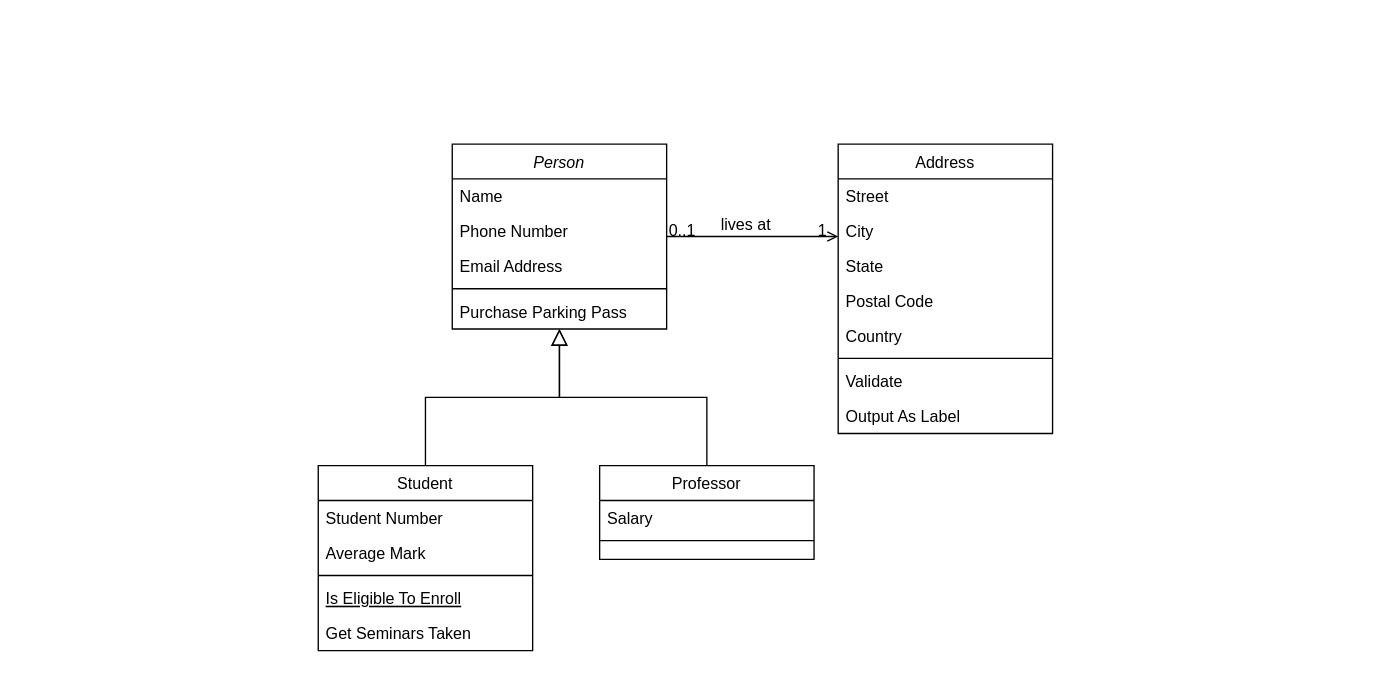
The draw.io diagram xml.drawio in chenchuan1994/CS-chuan, before the edit. Source tidied: cells renumbered, new cells numbered last; positions are measured from the earlier drawing's top-left corner, leaving out a move shared by most shapes. Both pictures are drawn from the tidied source at 134%, with x=0, y=0 at pixel (318, 143).
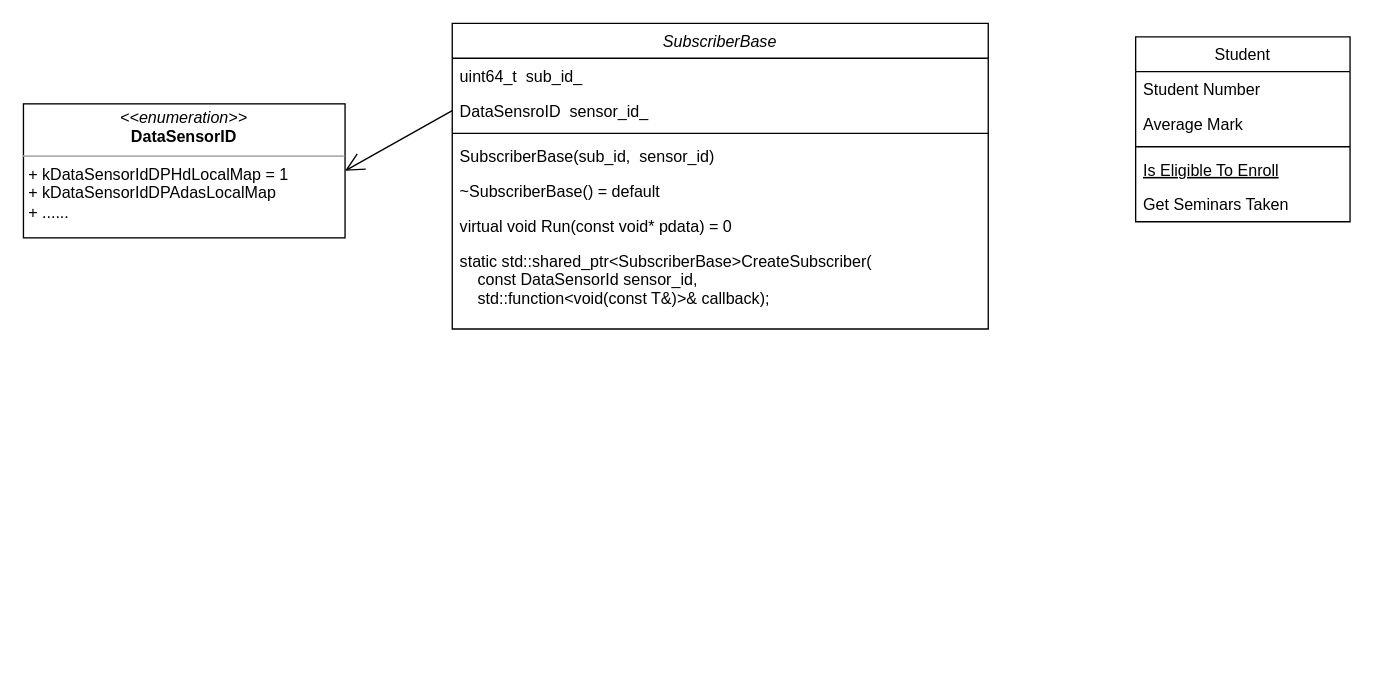
The same page after the edit.

The edit, as a diff of the source:
```diff
@@
-    <mxCell id="2" value="Person" style="swimlane;fontStyle=2;align=center;verticalAlign=top;horizontal=1;startSize=26;rounded=0;shadow=0;strokeWidth=1;" parent="1" vertex="1">
-      <mxGeometry x="100" width="160" height="138" as="geometry" />
+    <mxCell id="2" value="SubscriberBase" style="swimlane;fontStyle=2;align=center;verticalAlign=top;horizontal=1;startSize=26;rounded=0;shadow=0;strokeWidth=1;" parent="1" vertex="1">
+      <mxGeometry x="100" y="-90" width="400" height="228" as="geometry" />
     </mxCell>
-    <mxCell id="3" value="Name" style="text;align=left;verticalAlign=top;spacingLeft=4;spacingRight=4;overflow=hidden;" parent="2" vertex="1">
-      <mxGeometry y="26" width="160" height="26" as="geometry" />
+    <mxCell id="3" value="uint64_t  sub_id_" style="text;align=left;verticalAlign=top;spacingLeft=4;spacingRight=4;overflow=hidden;" parent="2" vertex="1">
+      <mxGeometry y="26" width="400" height="26" as="geometry" />
     </mxCell>
-    <mxCell id="4" value="Phone Number" style="text;align=left;verticalAlign=top;spacingLeft=4;spacingRight=4;overflow=hidden;points=[[0,0.5],[1,0.5]];portConstraint=eastwest;rounded=0;shadow=0;html=0;" parent="2" vertex="1">
-      <mxGeometry y="52" width="160" height="26" as="geometry" />
+    <mxCell id="4" value="DataSensroID  sensor_id_" style="text;align=left;verticalAlign=top;spacingLeft=4;spacingRight=4;overflow=hidden;points=[[0,0.5],[1,0.5]];portConstraint=eastwest;rounded=0;shadow=0;html=0;" parent="2" vertex="1">
+      <mxGeometry y="52" width="400" height="26" as="geometry" />
     </mxCell>
-    <mxCell id="5" value="Email Address" style="text;align=left;verticalAlign=top;spacingLeft=4;spacingRight=4;overflow=hidden;rounded=0;shadow=0;html=0;" parent="2" vertex="1">
-      <mxGeometry y="78" width="160" height="26" as="geometry" />
-    </mxCell>
     <mxCell id="6" style="line;html=1;strokeWidth=1;align=left;verticalAlign=middle;spacingTop=-1;spacingLeft=3;spacingRight=3;labelPosition=right;" parent="2" vertex="1">
-      <mxGeometry y="104" width="160" height="8" as="geometry" />
+      <mxGeometry y="78" width="400" height="8" as="geometry" />
     </mxCell>
-    <mxCell id="7" value="Purchase Parking Pass" style="text;align=left;verticalAlign=top;spacingLeft=4;spacingRight=4;overflow=hidden;" parent="2" vertex="1">
-      <mxGeometry y="112" width="160" height="26" as="geometry" />
+    <mxCell id="7" value="SubscriberBase(sub_id,  sensor_id)" style="text;align=left;verticalAlign=top;spacingLeft=4;spacingRight=4;overflow=hidden;" parent="2" vertex="1">
+      <mxGeometry y="86" width="400" height="26" as="geometry" />
     </mxCell>
+    <mxCell id="32" value="~SubscriberBase() = default" style="text;align=left;verticalAlign=top;spacingLeft=4;spacingRight=4;overflow=hidden;" parent="2" vertex="1">
+      <mxGeometry y="112" width="400" height="26" as="geometry" />
+    </mxCell>
+    <mxCell id="33" value="virtual void Run(const void* pdata) = 0" style="text;align=left;verticalAlign=top;spacingLeft=4;spacingRight=4;overflow=hidden;" parent="2" vertex="1">
+      <mxGeometry y="138" width="400" height="26" as="geometry" />
+    </mxCell>
+    <mxCell id="34" value="static std::shared_ptr&lt;SubscriberBase&gt;CreateSubscriber(&#10;    const DataSensorId sensor_id,&#10;    std::function&lt;void(const T&amp;)&gt;&amp; callback);" style="text;align=left;verticalAlign=top;spacingLeft=4;spacingRight=4;overflow=hidden;" parent="2" vertex="1">
+      <mxGeometry y="164" width="400" height="56" as="geometry" />
+    </mxCell>
     <mxCell id="8" value="Student" style="swimlane;fontStyle=0;align=center;verticalAlign=top;horizontal=1;startSize=26;rounded=0;shadow=0;strokeWidth=1;" parent="1" vertex="1">
-      <mxGeometry y="240" width="160" height="138" as="geometry" />
+      <mxGeometry x="610" y="-80" width="160" height="138" as="geometry" />
     </mxCell>
@@
-    <mxCell id="14" style="endArrow=block;endSize=10;endFill=0;shadow=0;strokeWidth=1;rounded=0;edgeStyle=elbowEdgeStyle;elbow=vertical;" parent="1" edge="1" source="8" target="2">
-      <mxGeometry relative="1" as="geometry" />
-    </mxCell>
-    <mxCell id="15" value="Professor" style="swimlane;fontStyle=0;align=center;verticalAlign=top;horizontal=1;startSize=26;rounded=0;shadow=0;strokeWidth=1;" parent="1" vertex="1">
-      <mxGeometry x="210" y="240" width="160" height="70" as="geometry" />
-    </mxCell>
-    <mxCell id="16" value="Salary" style="text;align=left;verticalAlign=top;spacingLeft=4;spacingRight=4;overflow=hidden;" parent="15" vertex="1">
-      <mxGeometry y="26" width="160" height="26" as="geometry" />
-    </mxCell>
-    <mxCell id="17" style="line;html=1;strokeWidth=1;align=left;verticalAlign=middle;spacingTop=-1;spacingLeft=3;spacingRight=3;labelPosition=right;" parent="15" vertex="1">
-      <mxGeometry y="52" width="160" height="8" as="geometry" />
-    </mxCell>
-    <mxCell id="18" style="endArrow=block;endSize=10;endFill=0;shadow=0;strokeWidth=1;rounded=0;edgeStyle=elbowEdgeStyle;elbow=vertical;" parent="1" edge="1" source="15" target="2">
-      <mxGeometry relative="1" as="geometry" />
-    </mxCell>
-    <mxCell id="19" value="Address" style="swimlane;fontStyle=0;align=center;verticalAlign=top;horizontal=1;startSize=26;rounded=0;shadow=0;strokeWidth=1;" parent="1" vertex="1">
-      <mxGeometry x="388" width="160" height="216" as="geometry" />
-    </mxCell>
-    <mxCell id="20" value="Street" style="text;align=left;verticalAlign=top;spacingLeft=4;spacingRight=4;overflow=hidden;" parent="19" vertex="1">
-      <mxGeometry y="26" width="160" height="26" as="geometry" />
-    </mxCell>
-    <mxCell id="21" value="City" style="text;align=left;verticalAlign=top;spacingLeft=4;spacingRight=4;overflow=hidden;rounded=0;shadow=0;html=0;" parent="19" vertex="1">
-      <mxGeometry y="52" width="160" height="26" as="geometry" />
-    </mxCell>
-    <mxCell id="22" value="State" style="text;align=left;verticalAlign=top;spacingLeft=4;spacingRight=4;overflow=hidden;rounded=0;shadow=0;html=0;" parent="19" vertex="1">
-      <mxGeometry y="78" width="160" height="26" as="geometry" />
-    </mxCell>
-    <mxCell id="23" value="Postal Code" style="text;align=left;verticalAlign=top;spacingLeft=4;spacingRight=4;overflow=hidden;rounded=0;shadow=0;html=0;" parent="19" vertex="1">
-      <mxGeometry y="104" width="160" height="26" as="geometry" />
-    </mxCell>
-    <mxCell id="24" value="Country" style="text;align=left;verticalAlign=top;spacingLeft=4;spacingRight=4;overflow=hidden;rounded=0;shadow=0;html=0;" parent="19" vertex="1">
-      <mxGeometry y="130" width="160" height="26" as="geometry" />
-    </mxCell>
-    <mxCell id="25" style="line;html=1;strokeWidth=1;align=left;verticalAlign=middle;spacingTop=-1;spacingLeft=3;spacingRight=3;labelPosition=right;" parent="19" vertex="1">
-      <mxGeometry y="156" width="160" height="8" as="geometry" />
-    </mxCell>
-    <mxCell id="26" value="Validate" style="text;align=left;verticalAlign=top;spacingLeft=4;spacingRight=4;overflow=hidden;" parent="19" vertex="1">
-      <mxGeometry y="164" width="160" height="26" as="geometry" />
-    </mxCell>
-    <mxCell id="27" value="Output As Label" style="text;align=left;verticalAlign=top;spacingLeft=4;spacingRight=4;overflow=hidden;" parent="19" vertex="1">
-      <mxGeometry y="190" width="160" height="26" as="geometry" />
-    </mxCell>
-    <mxCell id="28" style="endArrow=open;shadow=0;strokeWidth=1;rounded=0;endFill=1;edgeStyle=elbowEdgeStyle;elbow=vertical;" parent="1" edge="1" source="2" target="19">
-      <mxGeometry x="0.5" y="41" relative="1" as="geometry">
-        <mxPoint x="-40" y="32" as="offset" />
-      </mxGeometry>
-    </mxCell>
-    <mxCell id="29" value="0..1" style="align=left;verticalAlign=bottom;labelBackgroundColor=none;fontSize=12;" parent="28" vertex="1">
-      <mxGeometry x="-1" relative="1" as="geometry">
-        <mxPoint y="4" as="offset" />
-      </mxGeometry>
-    </mxCell>
-    <mxCell id="30" value="1" style="align=right;verticalAlign=bottom;labelBackgroundColor=none;fontSize=12;" parent="28" vertex="1">
-      <mxGeometry x="1" relative="1" as="geometry">
-        <mxPoint x="-7" y="4" as="offset" />
-      </mxGeometry>
-    </mxCell>
-    <mxCell id="31" value="lives at" style="text;html=1;align=center;verticalAlign=middle;labelBackgroundColor=none;rounded=0;shadow=0;strokeWidth=1;fontSize=12;" parent="28" vertex="1">
-      <mxGeometry x="0.5" y="49" relative="1" as="geometry">
-        <mxPoint x="-38" y="40" as="offset" />
-      </mxGeometry>
-    </mxCell>
+    <mxCell id="35" value="&lt;p style=&quot;margin:0px;margin-top:4px;text-align:center;&quot;&gt;&lt;i&gt;&amp;lt;&amp;lt;enumeration&amp;gt;&amp;gt;&lt;/i&gt;&lt;br&gt;&lt;b&gt;DataSensorID&lt;/b&gt;&lt;/p&gt;&lt;hr size=&quot;1&quot;&gt;&lt;p style=&quot;margin:0px;margin-left:4px;&quot;&gt;+&amp;nbsp;kDataSensorIdDPHdLocalMap = 1&lt;/p&gt;&lt;p style=&quot;margin:0px;margin-left:4px;&quot;&gt;+&amp;nbsp;kDataSensorIdDPAdasLocalMap&lt;/p&gt;&lt;p style=&quot;margin:0px;margin-left:4px;&quot;&gt;+ ......&lt;/p&gt;" style="verticalAlign=top;align=left;overflow=fill;fontSize=12;fontFamily=Helvetica;html=1;whiteSpace=wrap;" parent="1" vertex="1">
+      <mxGeometry x="-220" y="-30" width="240" height="100" as="geometry" />
+    </mxCell>
+    <mxCell id="36" style="endArrow=open;endFill=1;endSize=12;html=1;rounded=0;entryX=1;entryY=0.5;entryDx=0;entryDy=0;exitX=0;exitY=0.5;exitDx=0;exitDy=0;" parent="1" edge="1" source="4" target="35">
+      <mxGeometry relative="1" as="geometry" />
+    </mxCell>
```
